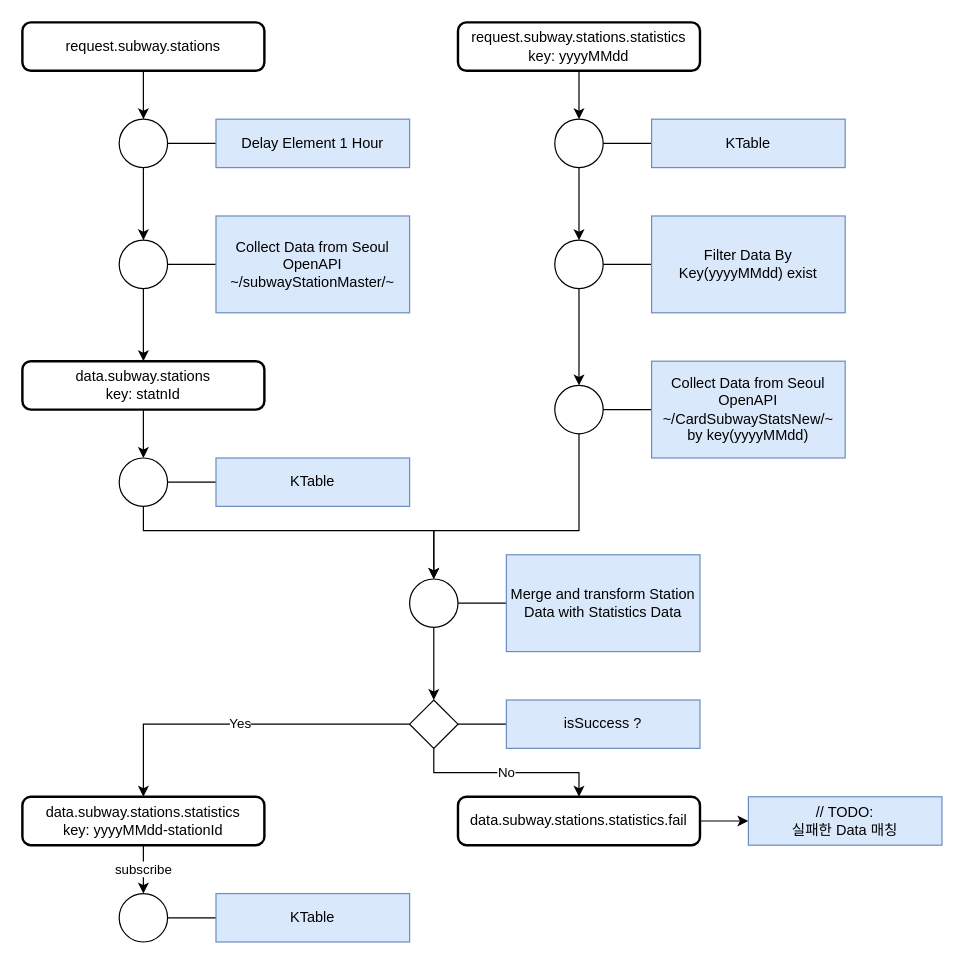
Before: subway/subwayTopology.drawio in p-bear/charts.draw.io, a draw.io diagram. Source tidied: cells renumbered, new cells numbered last; positions are measured from the earlier drawing's top-left corner, leaving out a move shared by most shapes. Both pictures are drawn from the tidied source at 121%, with x=0, y=0 at pixel (22, 22).
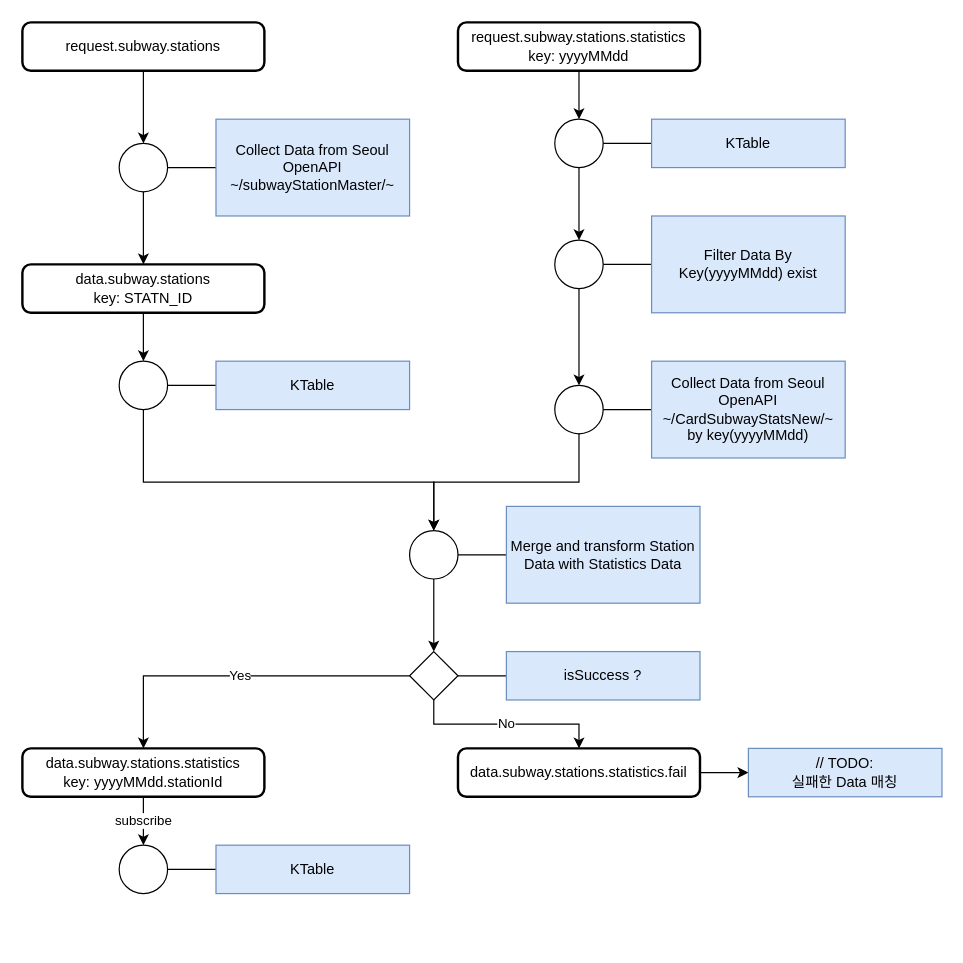
Above is the later version.

The change refers to these unchanged cells:
```xml
<mxCell id="3" value="&lt;div&gt;&lt;span style=&quot;background-color: initial;&quot;&gt;request.subway.stations&lt;/span&gt;&lt;br&gt;&lt;/div&gt;" style="rounded=1;whiteSpace=wrap;html=1;absoluteArcSize=1;arcSize=14;strokeWidth=2;" parent="1" vertex="1">
  <mxGeometry width="200" height="40" as="geometry" />
</mxCell>
<mxCell id="5" style="shape=ellipse;html=1;dashed=0;whiteSpace=wrap;perimeter=ellipsePerimeter;" parent="4" vertex="1">
  <mxGeometry y="20" width="40" height="40" as="geometry" />
</mxCell>
<mxCell id="15" style="shape=ellipse;html=1;dashed=0;whiteSpace=wrap;perimeter=ellipsePerimeter;" parent="14" vertex="1">
  <mxGeometry y="20" width="40" height="40" as="geometry" />
</mxCell>
<mxCell id="29" style="shape=ellipse;html=1;dashed=0;whiteSpace=wrap;perimeter=ellipsePerimeter;" parent="28" vertex="1">
  <mxGeometry width="40" height="40" as="geometry" />
</mxCell>
<mxCell id="33" style="shape=ellipse;html=1;dashed=0;whiteSpace=wrap;perimeter=ellipsePerimeter;" parent="32" vertex="1">
  <mxGeometry y="20" width="40" height="40" as="geometry" />
</mxCell>
```

What changed in the source:
```diff
@@
-    <mxCell id="2" style="edgeStyle=orthogonalEdgeStyle;rounded=0;jettySize=auto;html=1;entryX=0.5;entryY=0;entryDx=0;entryDy=0;" parent="1" edge="1" source="3" target="54">
-      <mxGeometry relative="1" as="geometry" />
-    </mxCell>
+    <mxCell id="58" style="edgeStyle=orthogonalEdgeStyle;rounded=0;jettySize=auto;html=1;entryX=0.5;entryY=0;entryDx=0;entryDy=0;" parent="1" edge="1" source="3" target="5">
+      <mxGeometry relative="1" as="geometry" />
+    </mxCell>
@@
     <mxCell id="4" style="group;" parent="1" vertex="1">
-      <mxGeometry x="80" y="160" width="240" height="80" as="geometry" />
+      <mxGeometry x="80" y="80" width="240" height="80" as="geometry" />
     </mxCell>
@@
-    <mxCell id="8" style="edgeStyle=orthogonalEdgeStyle;rounded=0;jettySize=auto;html=1;entryX=0.5;entryY=0;entryDx=0;entryDy=0;" parent="1" edge="1" source="54" target="5">
-      <mxGeometry relative="1" as="geometry" />
-    </mxCell>
@@
-    <mxCell id="10" value="&lt;div&gt;&lt;span style=&quot;background-color: initial;&quot;&gt;data.subway.stations&lt;/span&gt;&lt;br&gt;&lt;/div&gt;&lt;div&gt;&lt;span style=&quot;background-color: initial;&quot;&gt;key: statnId&lt;/span&gt;&lt;/div&gt;" style="rounded=1;whiteSpace=wrap;html=1;absoluteArcSize=1;arcSize=14;strokeWidth=2;" parent="1" vertex="1">
-      <mxGeometry y="280" width="200" height="40" as="geometry" />
+    <mxCell id="10" value="&lt;div&gt;&lt;span style=&quot;background-color: initial;&quot;&gt;data.subway.stations&lt;/span&gt;&lt;br&gt;&lt;/div&gt;&lt;div&gt;&lt;span style=&quot;background-color: initial;&quot;&gt;key: STATN_ID&lt;/span&gt;&lt;/div&gt;" style="rounded=1;whiteSpace=wrap;html=1;absoluteArcSize=1;arcSize=14;strokeWidth=2;" parent="1" vertex="1">
+      <mxGeometry y="200" width="200" height="40" as="geometry" />
     </mxCell>
@@
     <mxCell id="28" style="group;" parent="1" vertex="1">
-      <mxGeometry x="80" y="360" width="240" height="40" as="geometry" />
+      <mxGeometry x="80" y="280" width="240" height="40" as="geometry" />
     </mxCell>
@@
     <mxCell id="32" style="group;" parent="1" vertex="1">
-      <mxGeometry x="320" y="440" width="240" height="80" as="geometry" />
+      <mxGeometry x="320" y="400" width="240" height="80" as="geometry" />
     </mxCell>
@@
     <mxCell id="36" style="edgeStyle=orthogonalEdgeStyle;rounded=0;jettySize=auto;html=1;entryX=0.5;entryY=0;entryDx=0;entryDy=0;" parent="1" edge="1" source="29" target="33">
       <mxGeometry relative="1" as="geometry">
         <Array as="points">
-          <mxPoint x="100" y="420" />
-          <mxPoint x="340" y="420" />
+          <mxPoint x="100" y="380" />
+          <mxPoint x="340" y="380" />
         </Array>
       </mxGeometry>
     </mxCell>
     <mxCell id="37" style="edgeStyle=orthogonalEdgeStyle;rounded=0;jettySize=auto;html=1;entryX=0.5;entryY=0;entryDx=0;entryDy=0;" parent="1" edge="1" source="15" target="33">
       <mxGeometry relative="1" as="geometry">
         <Array as="points">
-          <mxPoint x="460" y="420" />
-          <mxPoint x="340" y="420" />
+          <mxPoint x="460" y="380" />
+          <mxPoint x="340" y="380" />
         </Array>
       </mxGeometry>
     </mxCell>
@@
-    <mxCell id="39" value="&lt;div&gt;&lt;span style=&quot;background-color: initial;&quot;&gt;data.subway.stations.statistics&lt;/span&gt;&lt;br&gt;&lt;/div&gt;&lt;div&gt;&lt;span style=&quot;background-color: initial;&quot;&gt;key: yyyyMMdd-stationId&lt;/span&gt;&lt;/div&gt;" style="rounded=1;whiteSpace=wrap;html=1;absoluteArcSize=1;arcSize=14;strokeWidth=2;" parent="1" vertex="1">
-      <mxGeometry y="640" width="200" height="40" as="geometry" />
+    <mxCell id="39" value="&lt;div&gt;&lt;span style=&quot;background-color: initial;&quot;&gt;data.subway.stations.statistics&lt;/span&gt;&lt;br&gt;&lt;/div&gt;&lt;div&gt;&lt;span style=&quot;background-color: initial;&quot;&gt;key: yyyyMMdd.stationId&lt;/span&gt;&lt;/div&gt;" style="rounded=1;whiteSpace=wrap;html=1;absoluteArcSize=1;arcSize=14;strokeWidth=2;" parent="1" vertex="1">
+      <mxGeometry y="600" width="200" height="40" as="geometry" />
     </mxCell>
     <mxCell id="40" style="group;" parent="1" vertex="1">
-      <mxGeometry x="320" y="560" width="240" height="40" as="geometry" />
+      <mxGeometry x="320" y="520" width="240" height="40" as="geometry" />
     </mxCell>
@@
     <mxCell id="45" value="&lt;div&gt;&lt;span style=&quot;background-color: initial;&quot;&gt;data.subway.stations.statistics.fail&lt;/span&gt;&lt;br&gt;&lt;/div&gt;" style="rounded=1;whiteSpace=wrap;html=1;absoluteArcSize=1;arcSize=14;strokeWidth=2;" parent="1" vertex="1">
-      <mxGeometry x="360" y="640" width="200" height="40" as="geometry" />
+      <mxGeometry x="360" y="600" width="200" height="40" as="geometry" />
     </mxCell>
@@
     <mxCell id="48" value="// TODO:&lt;div&gt;실패한 Data 매칭&lt;/div&gt;" style="text;html=1;align=center;verticalAlign=middle;whiteSpace=wrap;rounded=0;fillColor=#dae8fc;strokeColor=#6c8ebf;" parent="1" vertex="1">
-      <mxGeometry x="600" y="640" width="160" height="40" as="geometry" />
+      <mxGeometry x="600" y="600" width="160" height="40" as="geometry" />
     </mxCell>
     <mxCell id="49" style="group;" parent="1" vertex="1">
-      <mxGeometry x="80" y="720" width="240" height="40" as="geometry" />
+      <mxGeometry x="80" y="680" width="240" height="40" as="geometry" />
     </mxCell>
@@
-    <mxCell id="53" style="group;" parent="1" vertex="1">
-      <mxGeometry x="80" y="80" width="240" height="40" as="geometry" />
-    </mxCell>
-    <mxCell id="54" style="shape=ellipse;html=1;dashed=0;whiteSpace=wrap;perimeter=ellipsePerimeter;" parent="53" vertex="1">
-      <mxGeometry width="40" height="40" as="geometry" />
-    </mxCell>
-    <mxCell id="55" style="edgeStyle=orthogonalEdgeStyle;rounded=0;jettySize=auto;html=1;exitX=0;exitY=0.5;exitDx=0;exitDy=0;entryX=1;entryY=0.5;entryDx=0;entryDy=0;endArrow=none;endFill=0;" parent="53" edge="1" source="56" target="54">
-      <mxGeometry relative="1" as="geometry" />
-    </mxCell>
-    <mxCell id="56" value="&lt;div&gt;Delay Element 1 Hour&lt;/div&gt;" style="text;html=1;align=center;verticalAlign=middle;whiteSpace=wrap;rounded=0;fillColor=#dae8fc;strokeColor=#6c8ebf;" parent="53" vertex="1">
-      <mxGeometry x="80" width="160" height="40" as="geometry" />
-    </mxCell>
```
